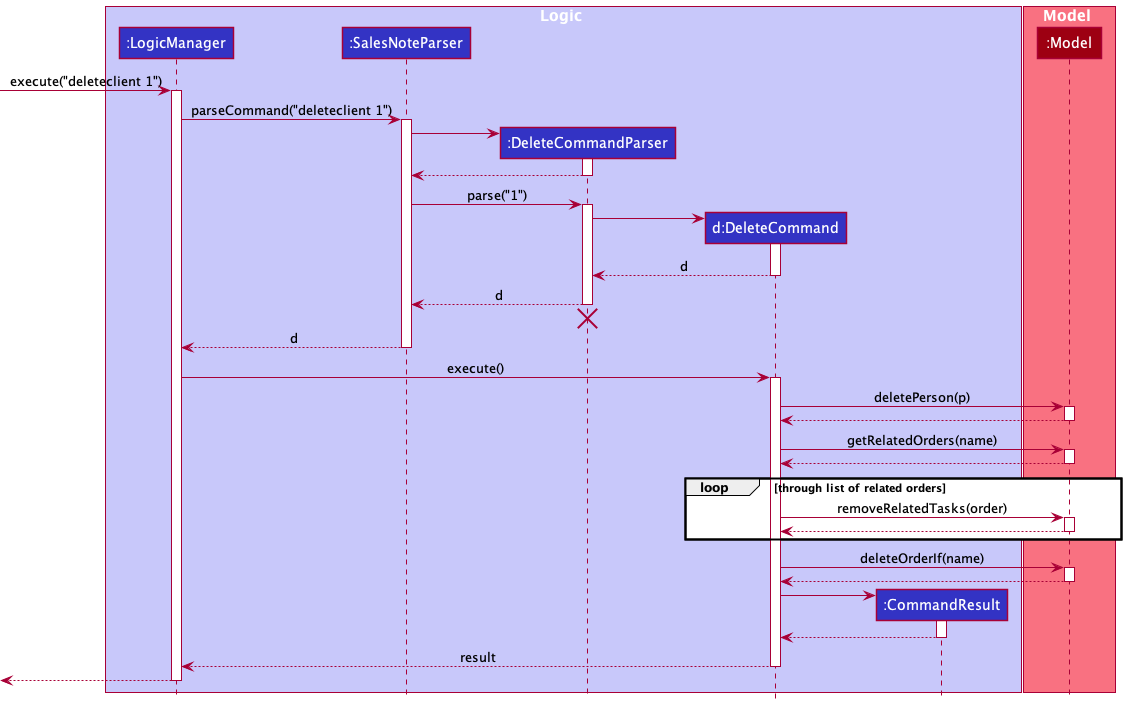
This is docs/images/DeleteSequenceDiagram.png from nus-cs2103-AY2122S1/tp, a PlantUML export, as it was before one commit.
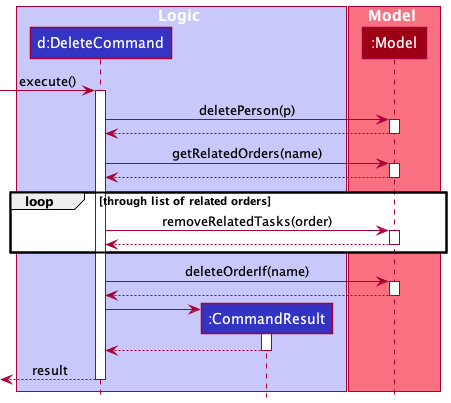
Above is the later version.

What changed in the source:
```diff
@@ -2,9 +2,6 @@
 !include style.puml
 
 box Logic LOGIC_COLOR_T1
-participant ":LogicManager" as LogicManager LOGIC_COLOR
-participant ":SalesNoteParser" as SalesNoteParser LOGIC_COLOR
-participant ":DeleteCommandParser" as DeleteCommandParser LOGIC_COLOR
 participant "d:DeleteCommand" as DeleteCommand LOGIC_COLOR
 participant ":CommandResult" as CommandResult LOGIC_COLOR
 end box
@@ -13,38 +10,7 @@
 participant ":Model" as Model MODEL_COLOR
 end box
 
-[-> LogicManager : execute("deleteclient 1")
-activate LogicManager
-
-LogicManager -> SalesNoteParser : parseCommand("deleteclient 1")
-activate SalesNoteParser
-
-create DeleteCommandParser
-SalesNoteParser -> DeleteCommandParser
-activate DeleteCommandParser
-
-DeleteCommandParser --> SalesNoteParser
-deactivate DeleteCommandParser
-
-SalesNoteParser -> DeleteCommandParser : parse("1")
-activate DeleteCommandParser
-
-create DeleteCommand
-DeleteCommandParser -> DeleteCommand
-activate DeleteCommand
-
-DeleteCommand --> DeleteCommandParser : d
-deactivate DeleteCommand
-
-DeleteCommandParser --> SalesNoteParser : d
-deactivate DeleteCommandParser
-DeleteCommandParser -[hidden]-> SalesNoteParser
-destroy DeleteCommandParser
-
-SalesNoteParser --> LogicManager : d
-deactivate SalesNoteParser
-
-LogicManager -> DeleteCommand : execute()
+[-> DeleteCommand : execute()
 activate DeleteCommand
 
 DeleteCommand -> Model : deletePerson(p)
@@ -80,9 +46,6 @@
 CommandResult --> DeleteCommand
 deactivate CommandResult
 
-DeleteCommand --> LogicManager : result
+[<--DeleteCommand : result
 deactivate DeleteCommand
-
-[<--LogicManager
-deactivate LogicManager
 @enduml
```
